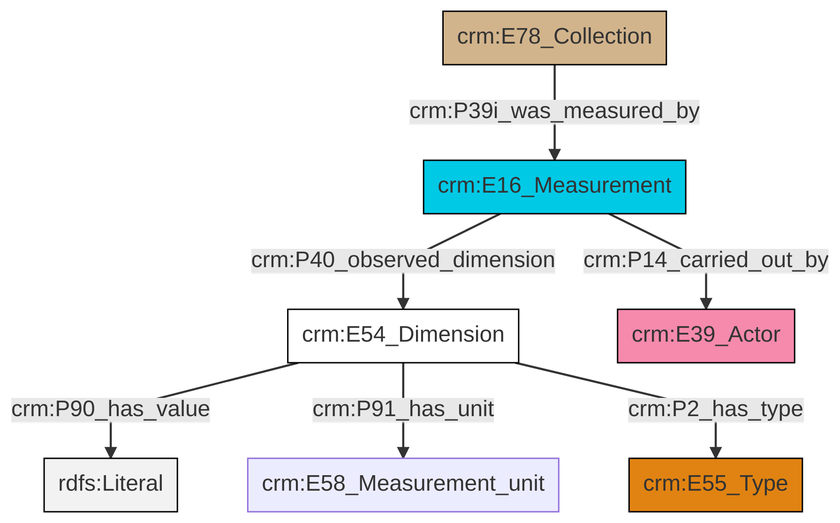
This is et/archivalCSV/ttl/mmd/png/archival_substance.png from swiss-art-research-net/docs.swissartresearch, a Mermaid export, as it was before one commit. Its source is kept beside it as et/archivalCSV/ttl/mmd/archival_substance.ttl.mmd.
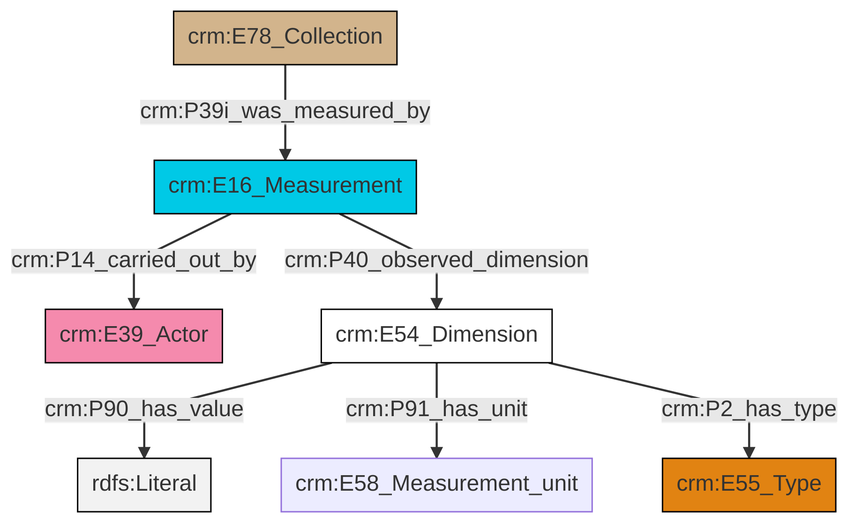
Later version of the same file.

What changed in the source:
```diff
@@ -13,9 +13,9 @@
 classDef PC_Classes fill:#4ce600, stroke:#000000;
 classDef Multi fill:#cccccc,stroke:#000000;
 
-0["crm:E54_Dimension"]:::CRM_Entity -->|crm:P90_has_value| 1[rdfs:Literal]:::Literal
-0["crm:E54_Dimension"]:::CRM_Entity -->|crm:P91_has_unit| 4["crm:E58_Measurement_unit"]:::Default
-9["crm:E78_Collection"]:::Physical_Thing -->|crm:P39i_was_measured_by| 7["crm:E16_Measurement"]:::Temporal_Entity
-7["crm:E16_Measurement"]:::Temporal_Entity -->|crm:P14_carried_out_by| 5["crm:E39_Actor"]:::Actor
-7["crm:E16_Measurement"]:::Temporal_Entity -->|crm:P40_observed_dimension| 0["crm:E54_Dimension"]:::CRM_Entity
-0["crm:E54_Dimension"]:::CRM_Entity -->|crm:P2_has_type| 2["crm:E55_Type"]:::Type
+2["crm:E54_Dimension"]:::CRM_Entity -->|crm:P90_has_value| 3[rdfs:Literal]:::Literal
+2["crm:E54_Dimension"]:::CRM_Entity -->|crm:P91_has_unit| 8["crm:E58_Measurement_unit"]:::Default
+9["crm:E16_Measurement"]:::Temporal_Entity -->|crm:P40_observed_dimension| 2["crm:E54_Dimension"]:::CRM_Entity
+4["crm:E78_Collection"]:::Physical_Thing -->|crm:P39i_was_measured_by| 9["crm:E16_Measurement"]:::Temporal_Entity
+2["crm:E54_Dimension"]:::CRM_Entity -->|crm:P2_has_type| 6["crm:E55_Type"]:::Type
+9["crm:E16_Measurement"]:::Temporal_Entity -->|crm:P14_carried_out_by| 0["crm:E39_Actor"]:::Actor
```
